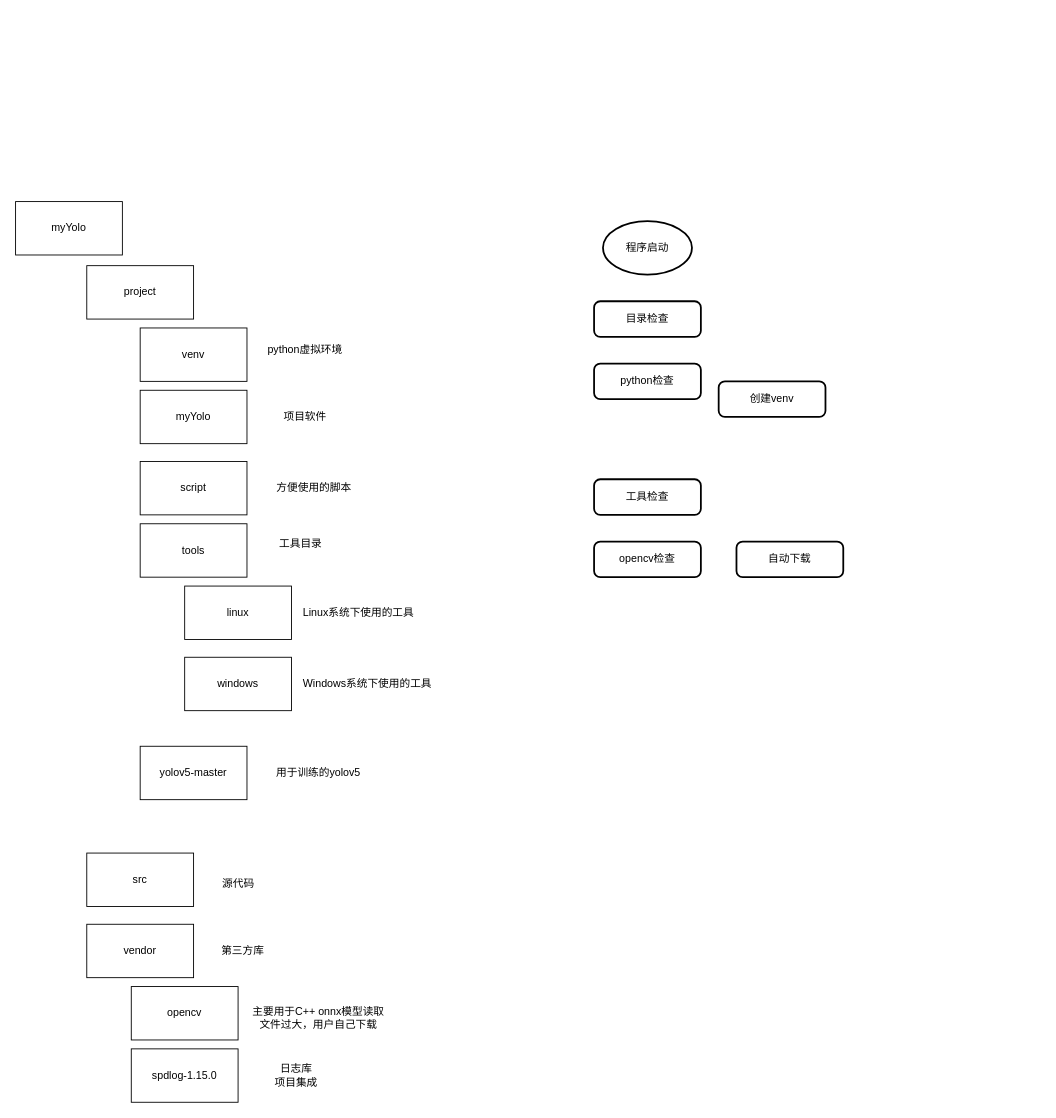
Above: page "main" (1 of 3) of train.drawio in MRsoymilk/MyYolo (draw.io), before the change. Source tidied: cells renumbered, new cells numbered last; positions are measured from the earlier drawing's top-left corner, leaving out a move shared by most shapes. Both pictures are drawn from the tidied source at 89%, with x=0, y=0 at pixel (15, 201).
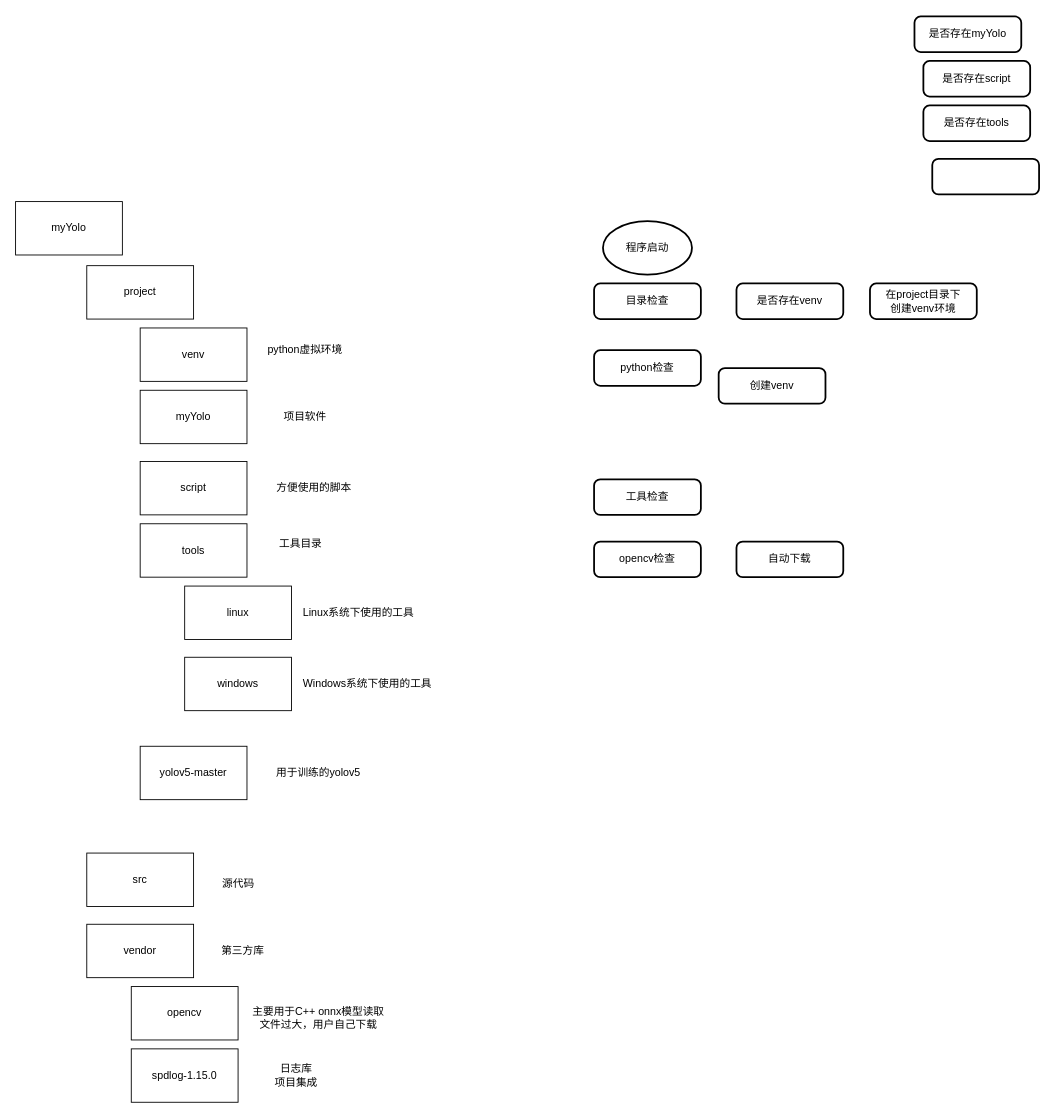
The same diagram, later.

The edit, as a diff of the source:
```diff
@@
     <mxCell id="2" value="目录检查" style="rounded=1;whiteSpace=wrap;html=1;absoluteArcSize=1;arcSize=14;strokeWidth=2;" parent="1" vertex="1">
-      <mxGeometry x="650" y="112" width="120" height="40" as="geometry" />
+      <mxGeometry x="650" y="92" width="120" height="40" as="geometry" />
     </mxCell>
     <mxCell id="3" value="python检查" style="rounded=1;whiteSpace=wrap;html=1;absoluteArcSize=1;arcSize=14;strokeWidth=2;" parent="1" vertex="1">
-      <mxGeometry x="650" y="182" width="120" height="40" as="geometry" />
+      <mxGeometry x="650" y="167" width="120" height="40" as="geometry" />
     </mxCell>
@@
     <mxCell id="7" value="创建venv" style="rounded=1;whiteSpace=wrap;html=1;absoluteArcSize=1;arcSize=14;strokeWidth=2;" parent="1" vertex="1">
-      <mxGeometry x="790" y="202" width="120" height="40" as="geometry" />
+      <mxGeometry x="790" y="187" width="120" height="40" as="geometry" />
     </mxCell>
@@
+    <mxCell id="33" value="是否存在venv" style="rounded=1;whiteSpace=wrap;html=1;absoluteArcSize=1;arcSize=14;strokeWidth=2;" parent="1" vertex="1">
+      <mxGeometry x="810" y="92" width="120" height="40" as="geometry" />
+    </mxCell>
+    <mxCell id="34" value="&lt;span style=&quot;text-wrap: nowrap;&quot;&gt;是否存在myYolo&lt;/span&gt;" style="rounded=1;whiteSpace=wrap;html=1;absoluteArcSize=1;arcSize=14;strokeWidth=2;" parent="1" vertex="1">
+      <mxGeometry x="1010" y="-208" width="120" height="40" as="geometry" />
+    </mxCell>
+    <mxCell id="35" value="&lt;span style=&quot;text-wrap: nowrap;&quot;&gt;是否存在script&lt;/span&gt;" style="rounded=1;whiteSpace=wrap;html=1;absoluteArcSize=1;arcSize=14;strokeWidth=2;" parent="1" vertex="1">
+      <mxGeometry x="1020" y="-158" width="120" height="40" as="geometry" />
+    </mxCell>
+    <mxCell id="36" value="是否存在tools" style="rounded=1;whiteSpace=wrap;html=1;absoluteArcSize=1;arcSize=14;strokeWidth=2;" parent="1" vertex="1">
+      <mxGeometry x="1020" y="-108" width="120" height="40" as="geometry" />
+    </mxCell>
+    <mxCell id="37" style="rounded=1;whiteSpace=wrap;html=1;absoluteArcSize=1;arcSize=14;strokeWidth=2;" parent="1" vertex="1">
+      <mxGeometry x="1030" y="-48" width="120" height="40" as="geometry" />
+    </mxCell>
+    <mxCell id="38" value="在project目录下&lt;div&gt;创建venv环境&lt;/div&gt;" style="rounded=1;whiteSpace=wrap;html=1;absoluteArcSize=1;arcSize=14;strokeWidth=2;" parent="1" vertex="1">
+      <mxGeometry x="960" y="92" width="120" height="40" as="geometry" />
+    </mxCell>
```
